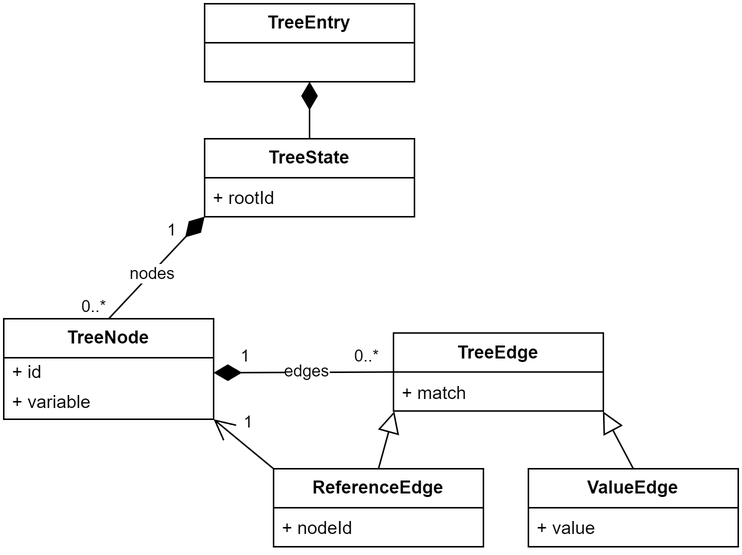
Earlier version of the draw.io export source/images/tree-diagram.png (marcsek/bachelor_thesis). Source tidied: cells renumbered, new cells last; positions are measured from the earlier drawing's top-left corner, leaving out a move shared by most shapes. Source of this version:
```xml
<mxGraphModel>
  <root>
    <mxCell id="0" />
    <mxCell id="1" parent="0" />
    <mxCell id="2" value="&lt;b&gt;TreeEntry&lt;/b&gt;" style="swimlane;fontStyle=0;horizontal=1;startSize=26;fillColor=none;whiteSpace=wrap;html=1;" parent="1" vertex="1">
      <mxGeometry x="134" width="140" height="52" as="geometry" />
    </mxCell>
    <mxCell id="3" value="&lt;b&gt;TreeNode&lt;/b&gt;" style="swimlane;fontStyle=0;horizontal=1;startSize=26;fillColor=none;whiteSpace=wrap;html=1;" parent="1" vertex="1">
      <mxGeometry y="210" width="140" height="67" as="geometry" />
    </mxCell>
    <mxCell id="4" value="+ id" style="text;strokeColor=none;fillColor=none;align=left;verticalAlign=top;spacingLeft=4;spacingRight=4;overflow=hidden;points=[[0,0.5],[1,0.5]];portConstraint=eastwest;whiteSpace=wrap;html=1;spacingTop=-4;" parent="3" vertex="1">
      <mxGeometry y="26" width="140" height="20" as="geometry" />
    </mxCell>
    <mxCell id="5" value="+ variable" style="text;strokeColor=none;fillColor=none;align=left;verticalAlign=top;spacingLeft=4;spacingRight=4;overflow=hidden;points=[[0,0.5],[1,0.5]];portConstraint=eastwest;whiteSpace=wrap;html=1;spacingTop=-4;" parent="3" vertex="1">
      <mxGeometry y="46" width="140" height="21" as="geometry" />
    </mxCell>
    <mxCell id="6" value="&lt;b&gt;TreeState&lt;/b&gt;" style="swimlane;fontStyle=0;horizontal=1;startSize=26;fillColor=none;whiteSpace=wrap;html=1;" parent="1" vertex="1">
      <mxGeometry x="134" y="90" width="140" height="52" as="geometry" />
    </mxCell>
    <mxCell id="7" value="+ rootId" style="text;strokeColor=none;fillColor=none;align=left;verticalAlign=top;spacingLeft=4;spacingRight=4;overflow=hidden;points=[[0,0.5],[1,0.5]];portConstraint=eastwest;whiteSpace=wrap;html=1;" parent="6" vertex="1">
      <mxGeometry y="26" width="140" height="26" as="geometry" />
    </mxCell>
    <mxCell id="8" style="endArrow=diamondThin;endFill=1;endSize=16;html=1;rounded=0;exitX=0.5;exitY=0;exitDx=0;exitDy=0;entryX=0.5;entryY=1;entryDx=0;entryDy=0;" parent="1" edge="1" source="6" target="2">
      <mxGeometry relative="1" as="geometry" />
    </mxCell>
    <mxCell id="9" value="&lt;b&gt;ReferenceEdge&lt;/b&gt;" style="swimlane;fontStyle=0;horizontal=1;startSize=26;fillColor=none;whiteSpace=wrap;html=1;" parent="1" vertex="1">
      <mxGeometry x="180" y="310" width="140" height="52" as="geometry" />
    </mxCell>
    <mxCell id="10" value="+ nodeId" style="text;strokeColor=none;fillColor=none;align=left;verticalAlign=top;spacingLeft=4;spacingRight=4;overflow=hidden;whiteSpace=wrap;html=1;" parent="9" vertex="1">
      <mxGeometry y="26" width="140" height="26" as="geometry" />
    </mxCell>
    <mxCell id="11" value="&lt;b&gt;ValueEdge&lt;/b&gt;" style="swimlane;fontStyle=0;horizontal=1;startSize=26;fillColor=none;whiteSpace=wrap;html=1;" parent="1" vertex="1">
      <mxGeometry x="350" y="310" width="140" height="52" as="geometry" />
    </mxCell>
    <mxCell id="12" value="+ value" style="text;strokeColor=none;fillColor=none;align=left;verticalAlign=top;spacingLeft=4;spacingRight=4;overflow=hidden;whiteSpace=wrap;html=1;" parent="11" vertex="1">
      <mxGeometry y="26" width="140" height="26" as="geometry" />
    </mxCell>
    <mxCell id="13" value="&lt;b&gt;TreeEdge&lt;/b&gt;" style="swimlane;fontStyle=0;horizontal=1;startSize=26;fillColor=none;whiteSpace=wrap;html=1;" parent="1" vertex="1">
      <mxGeometry x="260" y="219.5" width="140" height="52" as="geometry" />
    </mxCell>
    <mxCell id="14" value="+ match" style="text;strokeColor=none;fillColor=none;align=left;verticalAlign=top;spacingLeft=4;spacingRight=4;overflow=hidden;points=[[0,0.5],[1,0.5]];portConstraint=eastwest;whiteSpace=wrap;html=1;" parent="13" vertex="1">
      <mxGeometry y="26" width="140" height="26" as="geometry" />
    </mxCell>
    <mxCell id="15" style="endArrow=block;endSize=12;endFill=0;html=1;rounded=0;exitX=0.5;exitY=0;exitDx=0;exitDy=0;entryX=0.004;entryY=1.007;entryDx=0;entryDy=0;entryPerimeter=0;" parent="1" edge="1" source="9" target="14">
      <mxGeometry relative="1" as="geometry" />
    </mxCell>
    <mxCell id="16" style="endArrow=block;endSize=12;endFill=0;html=1;rounded=0;exitX=0.5;exitY=0;exitDx=0;exitDy=0;entryX=0.998;entryY=1.007;entryDx=0;entryDy=0;entryPerimeter=0;" parent="1" edge="1" source="11" target="14">
      <mxGeometry relative="1" as="geometry" />
    </mxCell>
    <mxCell id="17" style="endArrow=diamondThin;endFill=1;endSize=16;html=1;rounded=0;exitX=0;exitY=0.5;exitDx=0;exitDy=0;entryX=1;entryY=0.5;entryDx=0;entryDy=0;" parent="1" edge="1" source="13" target="4">
      <mxGeometry relative="1" as="geometry" />
    </mxCell>
    <mxCell id="18" value="1" style="edgeLabel;html=1;align=center;verticalAlign=middle;" parent="17" vertex="1">
      <mxGeometry x="0.2" y="-1" relative="1" as="geometry">
        <mxPoint x="-28" y="-10" as="offset" />
      </mxGeometry>
    </mxCell>
    <mxCell id="19" value="edges" style="edgeLabel;html=1;align=center;verticalAlign=middle;" parent="17" vertex="1">
      <mxGeometry x="-0.15" y="-1" relative="1" as="geometry">
        <mxPoint x="-8" as="offset" />
      </mxGeometry>
    </mxCell>
    <mxCell id="20" value="0..*" style="edgeLabel;html=1;align=center;verticalAlign=middle;" parent="1" vertex="1">
      <mxGeometry x="262" y="213" as="geometry">
        <mxPoint x="-20" y="22" as="offset" />
      </mxGeometry>
    </mxCell>
    <mxCell id="21" style="endArrow=diamondThin;endFill=1;endSize=16;html=1;rounded=0;exitX=0.5;exitY=0;exitDx=0;exitDy=0;entryX=0;entryY=0.997;entryDx=0;entryDy=0;entryPerimeter=0;" parent="1" edge="1" source="3" target="7">
      <mxGeometry relative="1" as="geometry" />
    </mxCell>
    <mxCell id="22" value="1" style="edgeLabel;html=1;align=center;verticalAlign=middle;" parent="21" vertex="1">
      <mxGeometry x="0.2" y="-1" relative="1" as="geometry">
        <mxPoint x="3" y="-19" as="offset" />
      </mxGeometry>
    </mxCell>
    <mxCell id="23" value="nodes" style="edgeLabel;html=1;align=center;verticalAlign=middle;" parent="21" vertex="1">
      <mxGeometry x="-0.15" y="-1" relative="1" as="geometry">
        <mxPoint y="-2" as="offset" />
      </mxGeometry>
    </mxCell>
    <mxCell id="24" value="0..*" style="edgeLabel;html=1;align=center;verticalAlign=middle;" parent="1" vertex="1">
      <mxGeometry x="80" y="180" as="geometry">
        <mxPoint x="-20" y="22" as="offset" />
      </mxGeometry>
    </mxCell>
    <mxCell id="25" style="endArrow=open;endFill=1;endSize=12;html=1;rounded=0;exitX=0;exitY=0;exitDx=0;exitDy=0;entryX=1;entryY=1;entryDx=0;entryDy=0;" parent="1" edge="1" source="9" target="3">
      <mxGeometry relative="1" as="geometry" />
    </mxCell>
    <mxCell id="26" value="1" style="edgeLabel;html=1;align=center;verticalAlign=middle;" parent="1" vertex="1">
      <mxGeometry x="184" y="260" as="geometry">
        <mxPoint x="-21" y="19" as="offset" />
      </mxGeometry>
    </mxCell>
  </root>
</mxGraphModel>
```
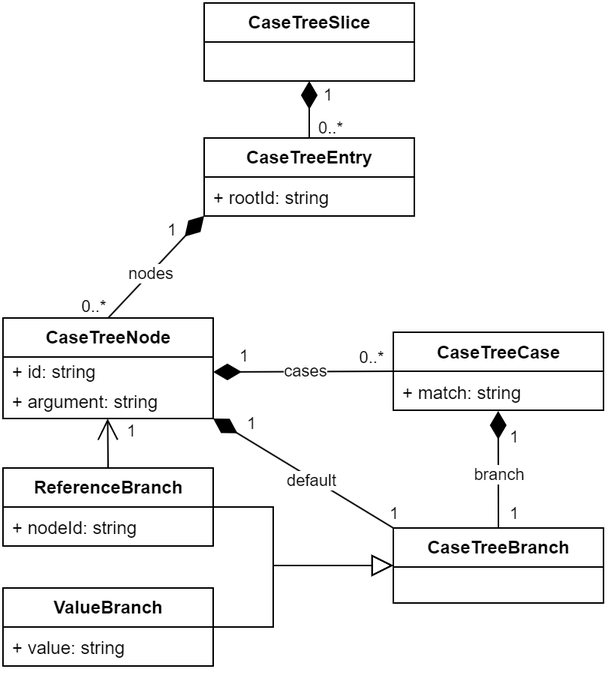
After the commit.

What changed in the source:
```diff
@@ -2,50 +2,52 @@
   <root>
     <mxCell id="0" />
     <mxCell id="1" parent="0" />
-    <mxCell id="2" value="&lt;b&gt;TreeEntry&lt;/b&gt;" style="swimlane;fontStyle=0;horizontal=1;startSize=26;fillColor=none;whiteSpace=wrap;html=1;" parent="1" vertex="1">
+    <mxCell id="2" value="&lt;b&gt;CaseTreeSlice&lt;/b&gt;" style="swimlane;fontStyle=0;horizontal=1;startSize=26;fillColor=none;whiteSpace=wrap;html=1;" parent="1" vertex="1">
       <mxGeometry x="134" width="140" height="52" as="geometry" />
     </mxCell>
-    <mxCell id="3" value="&lt;b&gt;TreeNode&lt;/b&gt;" style="swimlane;fontStyle=0;horizontal=1;startSize=26;fillColor=none;whiteSpace=wrap;html=1;" parent="1" vertex="1">
+    <mxCell id="3" value="&lt;b&gt;CaseTreeNode&lt;/b&gt;" style="swimlane;fontStyle=0;horizontal=1;startSize=26;fillColor=none;whiteSpace=wrap;html=1;" parent="1" vertex="1">
       <mxGeometry y="210" width="140" height="67" as="geometry" />
     </mxCell>
-    <mxCell id="4" value="+ id" style="text;strokeColor=none;fillColor=none;align=left;verticalAlign=top;spacingLeft=4;spacingRight=4;overflow=hidden;points=[[0,0.5],[1,0.5]];portConstraint=eastwest;whiteSpace=wrap;html=1;spacingTop=-4;" parent="3" vertex="1">
+    <mxCell id="4" value="+ id: string" style="text;strokeColor=none;fillColor=none;align=left;verticalAlign=top;spacingLeft=4;spacingRight=4;overflow=hidden;points=[[0,0.5],[1,0.5]];portConstraint=eastwest;whiteSpace=wrap;html=1;spacingTop=-4;" parent="3" vertex="1">
       <mxGeometry y="26" width="140" height="20" as="geometry" />
     </mxCell>
-    <mxCell id="5" value="+ variable" style="text;strokeColor=none;fillColor=none;align=left;verticalAlign=top;spacingLeft=4;spacingRight=4;overflow=hidden;points=[[0,0.5],[1,0.5]];portConstraint=eastwest;whiteSpace=wrap;html=1;spacingTop=-4;" parent="3" vertex="1">
+    <mxCell id="5" value="+ argument: string" style="text;strokeColor=none;fillColor=none;align=left;verticalAlign=top;spacingLeft=4;spacingRight=4;overflow=hidden;points=[[0,0.5],[1,0.5]];portConstraint=eastwest;whiteSpace=wrap;html=1;spacingTop=-4;" parent="3" vertex="1">
       <mxGeometry y="46" width="140" height="21" as="geometry" />
     </mxCell>
-    <mxCell id="6" value="&lt;b&gt;TreeState&lt;/b&gt;" style="swimlane;fontStyle=0;horizontal=1;startSize=26;fillColor=none;whiteSpace=wrap;html=1;" parent="1" vertex="1">
+    <mxCell id="6" value="&lt;b&gt;CaseTreeEntry&lt;/b&gt;" style="swimlane;fontStyle=0;horizontal=1;startSize=26;fillColor=none;whiteSpace=wrap;html=1;" parent="1" vertex="1">
       <mxGeometry x="134" y="90" width="140" height="52" as="geometry" />
     </mxCell>
-    <mxCell id="7" value="+ rootId" style="text;strokeColor=none;fillColor=none;align=left;verticalAlign=top;spacingLeft=4;spacingRight=4;overflow=hidden;points=[[0,0.5],[1,0.5]];portConstraint=eastwest;whiteSpace=wrap;html=1;" parent="6" vertex="1">
+    <mxCell id="7" value="+ rootId: string" style="text;strokeColor=none;fillColor=none;align=left;verticalAlign=top;spacingLeft=4;spacingRight=4;overflow=hidden;points=[[0,0.5],[1,0.5]];portConstraint=eastwest;whiteSpace=wrap;html=1;" parent="6" vertex="1">
       <mxGeometry y="26" width="140" height="26" as="geometry" />
     </mxCell>
     <mxCell id="8" style="endArrow=diamondThin;endFill=1;endSize=16;html=1;rounded=0;exitX=0.5;exitY=0;exitDx=0;exitDy=0;entryX=0.5;entryY=1;entryDx=0;entryDy=0;" parent="1" edge="1" source="6" target="2">
       <mxGeometry relative="1" as="geometry" />
     </mxCell>
-    <mxCell id="9" value="&lt;b&gt;ReferenceEdge&lt;/b&gt;" style="swimlane;fontStyle=0;horizontal=1;startSize=26;fillColor=none;whiteSpace=wrap;html=1;" parent="1" vertex="1">
-      <mxGeometry x="180" y="310" width="140" height="52" as="geometry" />
+    <mxCell id="9" value="&lt;b&gt;ReferenceBranch&lt;/b&gt;" style="swimlane;fontStyle=0;horizontal=1;startSize=26;fillColor=none;whiteSpace=wrap;html=1;" parent="1" vertex="1">
+      <mxGeometry y="310" width="140" height="52" as="geometry" />
     </mxCell>
-    <mxCell id="10" value="+ nodeId" style="text;strokeColor=none;fillColor=none;align=left;verticalAlign=top;spacingLeft=4;spacingRight=4;overflow=hidden;whiteSpace=wrap;html=1;" parent="9" vertex="1">
+    <mxCell id="10" value="+ nodeId: string" style="text;strokeColor=none;fillColor=none;align=left;verticalAlign=top;spacingLeft=4;spacingRight=4;overflow=hidden;whiteSpace=wrap;html=1;" parent="9" vertex="1">
       <mxGeometry y="26" width="140" height="26" as="geometry" />
     </mxCell>
-    <mxCell id="11" value="&lt;b&gt;ValueEdge&lt;/b&gt;" style="swimlane;fontStyle=0;horizontal=1;startSize=26;fillColor=none;whiteSpace=wrap;html=1;" parent="1" vertex="1">
-      <mxGeometry x="350" y="310" width="140" height="52" as="geometry" />
+    <mxCell id="11" value="&lt;b&gt;ValueBranch&lt;/b&gt;" style="swimlane;fontStyle=0;horizontal=1;startSize=26;fillColor=none;whiteSpace=wrap;html=1;" parent="1" vertex="1">
+      <mxGeometry y="390" width="140" height="52" as="geometry" />
     </mxCell>
-    <mxCell id="12" value="+ value" style="text;strokeColor=none;fillColor=none;align=left;verticalAlign=top;spacingLeft=4;spacingRight=4;overflow=hidden;whiteSpace=wrap;html=1;" parent="11" vertex="1">
+    <mxCell id="12" value="+ value: string" style="text;strokeColor=none;fillColor=none;align=left;verticalAlign=top;spacingLeft=4;spacingRight=4;overflow=hidden;whiteSpace=wrap;html=1;" parent="11" vertex="1">
       <mxGeometry y="26" width="140" height="26" as="geometry" />
     </mxCell>
-    <mxCell id="13" value="&lt;b&gt;TreeEdge&lt;/b&gt;" style="swimlane;fontStyle=0;horizontal=1;startSize=26;fillColor=none;whiteSpace=wrap;html=1;" parent="1" vertex="1">
+    <mxCell id="13" value="&lt;b&gt;CaseTreeCase&lt;/b&gt;" style="swimlane;fontStyle=0;horizontal=1;startSize=26;fillColor=none;whiteSpace=wrap;html=1;" parent="1" vertex="1">
       <mxGeometry x="260" y="219.5" width="140" height="52" as="geometry" />
     </mxCell>
-    <mxCell id="14" value="+ match" style="text;strokeColor=none;fillColor=none;align=left;verticalAlign=top;spacingLeft=4;spacingRight=4;overflow=hidden;points=[[0,0.5],[1,0.5]];portConstraint=eastwest;whiteSpace=wrap;html=1;" parent="13" vertex="1">
+    <mxCell id="14" value="+ match: string" style="text;strokeColor=none;fillColor=none;align=left;verticalAlign=top;spacingLeft=4;spacingRight=4;overflow=hidden;points=[[0,0.5],[1,0.5]];portConstraint=eastwest;whiteSpace=wrap;html=1;" parent="13" vertex="1">
       <mxGeometry y="26" width="140" height="26" as="geometry" />
     </mxCell>
-    <mxCell id="15" style="endArrow=block;endSize=12;endFill=0;html=1;rounded=0;exitX=0.5;exitY=0;exitDx=0;exitDy=0;entryX=0.004;entryY=1.007;entryDx=0;entryDy=0;entryPerimeter=0;" parent="1" edge="1" source="9" target="14">
-      <mxGeometry relative="1" as="geometry" />
-    </mxCell>
-    <mxCell id="16" style="endArrow=block;endSize=12;endFill=0;html=1;rounded=0;exitX=0.5;exitY=0;exitDx=0;exitDy=0;entryX=0.998;entryY=1.007;entryDx=0;entryDy=0;entryPerimeter=0;" parent="1" edge="1" source="11" target="14">
-      <mxGeometry relative="1" as="geometry" />
+    <mxCell id="16" style="endArrow=block;endSize=12;endFill=0;html=1;rounded=0;exitX=1;exitY=0.5;exitDx=0;exitDy=0;edgeStyle=orthogonalEdgeStyle;entryX=0;entryY=0.5;entryDx=0;entryDy=0;" parent="1" edge="1" source="9" target="33">
+      <mxGeometry relative="1" as="geometry">
+        <Array as="points">
+          <mxPoint x="180" y="336" />
+          <mxPoint x="180" y="375" />
+        </Array>
+      </mxGeometry>
     </mxCell>
     <mxCell id="17" style="endArrow=diamondThin;endFill=1;endSize=16;html=1;rounded=0;exitX=0;exitY=0.5;exitDx=0;exitDy=0;entryX=1;entryY=0.5;entryDx=0;entryDy=0;" parent="1" edge="1" source="13" target="4">
       <mxGeometry relative="1" as="geometry" />
@@ -55,13 +57,13 @@
         <mxPoint x="-28" y="-10" as="offset" />
       </mxGeometry>
     </mxCell>
-    <mxCell id="19" value="edges" style="edgeLabel;html=1;align=center;verticalAlign=middle;" parent="17" vertex="1">
+    <mxCell id="19" value="cases" style="edgeLabel;html=1;align=center;verticalAlign=middle;" parent="17" vertex="1">
       <mxGeometry x="-0.15" y="-1" relative="1" as="geometry">
         <mxPoint x="-8" as="offset" />
       </mxGeometry>
     </mxCell>
     <mxCell id="20" value="0..*" style="edgeLabel;html=1;align=center;verticalAlign=middle;" parent="1" vertex="1">
-      <mxGeometry x="262" y="213" as="geometry">
+      <mxGeometry x="265" y="214" as="geometry">
         <mxPoint x="-20" y="22" as="offset" />
       </mxGeometry>
     </mxCell>
@@ -83,13 +85,70 @@
         <mxPoint x="-20" y="22" as="offset" />
       </mxGeometry>
     </mxCell>
-    <mxCell id="25" style="endArrow=open;endFill=1;endSize=12;html=1;rounded=0;exitX=0;exitY=0;exitDx=0;exitDy=0;entryX=1;entryY=1;entryDx=0;entryDy=0;" parent="1" edge="1" source="9" target="3">
+    <mxCell id="25" style="endArrow=open;endFill=1;endSize=12;html=1;rounded=0;exitX=0.5;exitY=0;exitDx=0;exitDy=0;entryX=0.498;entryY=1.005;entryDx=0;entryDy=0;entryPerimeter=0;" parent="1" edge="1" source="9" target="5">
       <mxGeometry relative="1" as="geometry" />
     </mxCell>
     <mxCell id="26" value="1" style="edgeLabel;html=1;align=center;verticalAlign=middle;" parent="1" vertex="1">
-      <mxGeometry x="184" y="260" as="geometry">
+      <mxGeometry x="106" y="266" as="geometry">
         <mxPoint x="-21" y="19" as="offset" />
       </mxGeometry>
     </mxCell>
+    <mxCell id="27" style="endArrow=diamondThin;endFill=1;endSize=16;html=1;rounded=0;exitX=0;exitY=0;exitDx=0;exitDy=0;entryX=1;entryY=1;entryDx=0;entryDy=0;" parent="1" edge="1" source="33" target="3">
+      <mxGeometry relative="1" as="geometry" />
+    </mxCell>
+    <mxCell id="28" value="1" style="edgeLabel;html=1;align=center;verticalAlign=middle;" parent="27" vertex="1">
+      <mxGeometry x="0.2" y="-1" relative="1" as="geometry">
+        <mxPoint x="-24" y="-26" as="offset" />
+      </mxGeometry>
+    </mxCell>
+    <mxCell id="29" value="default" style="edgeLabel;html=1;align=center;verticalAlign=middle;" parent="27" vertex="1">
+      <mxGeometry x="-0.15" y="-1" relative="1" as="geometry">
+        <mxPoint x="-5" as="offset" />
+      </mxGeometry>
+    </mxCell>
+    <mxCell id="30" value="1" style="edgeLabel;html=1;align=center;verticalAlign=middle;" parent="1" vertex="1">
+      <mxGeometry x="250" y="219.5" as="geometry">
+        <mxPoint x="10" y="120" as="offset" />
+      </mxGeometry>
+    </mxCell>
+    <mxCell id="31" value="&lt;span style=&quot;color: rgb(0, 0, 0); font-family: Helvetica; font-size: 11px; font-style: normal; font-variant-ligatures: normal; font-variant-caps: normal; font-weight: 400; letter-spacing: normal; orphans: 2; text-align: center; text-indent: 0px; text-transform: none; widows: 2; word-spacing: 0px; -webkit-text-stroke-width: 0px; white-space: nowrap; background-color: rgb(255, 255, 255); text-decoration-thickness: initial; text-decoration-style: initial; text-decoration-color: initial; display: inline !important; float: none;&quot;&gt;0..*&lt;/span&gt;" style="text;whiteSpace=wrap;html=1;" parent="1" vertex="1">
+      <mxGeometry x="208" y="69" width="50" height="40" as="geometry" />
+    </mxCell>
+    <mxCell id="32" value="1" style="edgeLabel;html=1;align=center;verticalAlign=middle;" parent="1" vertex="1">
+      <mxGeometry x="116" y="110" as="geometry">
+        <mxPoint x="100" y="-49" as="offset" />
+      </mxGeometry>
+    </mxCell>
+    <mxCell id="33" value="&lt;b&gt;CaseTreeBranch&lt;/b&gt;" style="swimlane;fontStyle=0;horizontal=1;startSize=26;fillColor=none;whiteSpace=wrap;html=1;" parent="1" vertex="1">
+      <mxGeometry x="260" y="350" width="140" height="50" as="geometry" />
+    </mxCell>
+    <mxCell id="34" style="endArrow=diamondThin;endFill=1;endSize=16;html=1;rounded=0;exitX=0.5;exitY=0;exitDx=0;exitDy=0;entryX=0.5;entryY=1;entryDx=0;entryDy=0;" parent="1" edge="1" source="33">
+      <mxGeometry relative="1" as="geometry">
+        <mxPoint x="329.9" y="272" as="targetPoint" />
+      </mxGeometry>
+    </mxCell>
+    <mxCell id="35" value="branch" style="edgeLabel;html=1;align=center;verticalAlign=middle;" parent="34" vertex="1">
+      <mxGeometry x="-0.31" relative="1" as="geometry">
+        <mxPoint y="-9" as="offset" />
+      </mxGeometry>
+    </mxCell>
+    <mxCell id="36" style="endArrow=block;endSize=12;endFill=0;html=1;rounded=0;exitX=1;exitY=0.5;exitDx=0;exitDy=0;edgeStyle=orthogonalEdgeStyle;entryX=0;entryY=0.5;entryDx=0;entryDy=0;" parent="1" edge="1" source="11" target="33">
+      <mxGeometry relative="1" as="geometry">
+        <Array as="points">
+          <mxPoint x="180" y="416" />
+          <mxPoint x="180" y="375" />
+        </Array>
+      </mxGeometry>
+    </mxCell>
+    <mxCell id="37" value="1" style="edgeLabel;html=1;align=center;verticalAlign=middle;" parent="1" vertex="1">
+      <mxGeometry x="240" y="280" as="geometry">
+        <mxPoint x="100" y="9" as="offset" />
+      </mxGeometry>
+    </mxCell>
+    <mxCell id="38" value="1" style="edgeLabel;html=1;align=center;verticalAlign=middle;" parent="1" vertex="1">
+      <mxGeometry x="330" y="219.5" as="geometry">
+        <mxPoint x="10" y="120" as="offset" />
+      </mxGeometry>
+    </mxCell>
   </root>
 </mxGraphModel>
```
